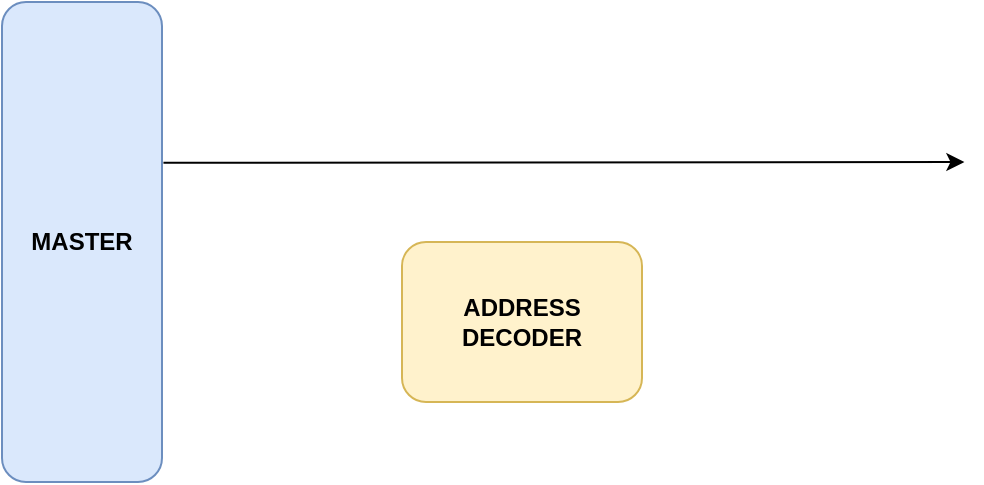
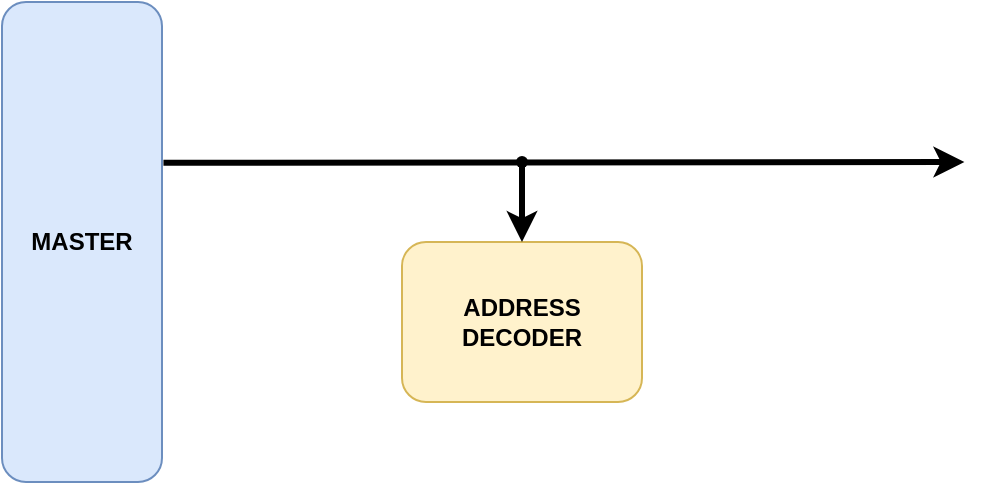
<mxfile host="app.diagrams.net" agent="Mozilla/5.0 (Windows NT 10.0; Win64; x64) AppleWebKit/537.36 (KHTML, like Gecko) Chrome/144.0.0.0 Safari/537.36 Edg/144.0.0.0" pages="4">
  <diagram id="00dOMP4ly3Yvcw6Omt_P" name="AHB Block Diagram">
-     <mxGraphModel dx="437" dy="631" grid="1" gridSize="10" guides="1" tooltips="1" connect="1" arrows="1" fold="1" page="1" pageScale="1" pageWidth="850" pageHeight="1100" math="0" shadow="0">
+     <mxGraphModel dx="637" dy="921" grid="1" gridSize="10" guides="1" tooltips="1" connect="1" arrows="1" fold="1" page="1" pageScale="1" pageWidth="850" pageHeight="1100" math="0" shadow="0">
      <root>
        <mxCell id="0" />
        <mxCell id="1" parent="0" />
        <mxCell id="WVtcaOnAu4kVJNJomXHp-1" parent="1" style="rounded=1;whiteSpace=wrap;html=1;fillColor=#dae8fc;strokeColor=#6c8ebf;" value="&lt;b&gt;MASTER&lt;/b&gt;" vertex="1">
          <mxGeometry height="240" width="80" x="80" y="160" as="geometry" />
        </mxCell>
        <mxCell id="WVtcaOnAu4kVJNJomXHp-3" parent="1" style="rounded=1;whiteSpace=wrap;html=1;fillColor=#fff2cc;strokeColor=#d6b656;" value="&lt;b&gt;ADDRESS DECODER&lt;/b&gt;" vertex="1">
          <mxGeometry height="80" width="120" x="280" y="280" as="geometry" />
        </mxCell>
-         <mxCell id="WVtcaOnAu4kVJNJomXHp-4" edge="1" parent="1" source="WVtcaOnAu4kVJNJomXHp-1" style="endArrow=classic;html=1;rounded=0;exitX=1.009;exitY=0.335;exitDx=0;exitDy=0;exitPerimeter=0;" value="">
+         <mxCell id="WVtcaOnAu4kVJNJomXHp-4" edge="1" parent="1" source="WVtcaOnAu4kVJNJomXHp-1" style="endArrow=classic;html=1;rounded=0;exitX=1.009;exitY=0.335;exitDx=0;exitDy=0;exitPerimeter=0;strokeWidth=3;" value="">
          <mxGeometry height="50" relative="1" width="50" as="geometry">
            <mxPoint x="170" y="240" as="sourcePoint" />
            <mxPoint x="561.2" y="240" as="targetPoint" />
          </mxGeometry>
+         </mxCell>
+         <mxCell id="WVtcaOnAu4kVJNJomXHp-5" edge="1" parent="1" source="WVtcaOnAu4kVJNJomXHp-6" style="endArrow=classic;html=1;rounded=0;entryX=0.5;entryY=0;entryDx=0;entryDy=0;strokeWidth=3;" target="WVtcaOnAu4kVJNJomXHp-3" value="">
+           <mxGeometry height="50" relative="1" width="50" as="geometry">
+             <mxPoint x="340" y="240" as="sourcePoint" />
+             <mxPoint x="390" y="190" as="targetPoint" />
+           </mxGeometry>
+         </mxCell>
+         <mxCell id="WVtcaOnAu4kVJNJomXHp-6" parent="1" style="shape=waypoint;sketch=0;fillStyle=solid;size=6;pointerEvents=1;points=[];fillColor=none;resizable=0;rotatable=0;perimeter=centerPerimeter;snapToPoint=1;" value="" vertex="1">
+           <mxGeometry height="20" width="20" x="330" y="230" as="geometry" />
        </mxCell>
      </root>
    </mxGraphModel>
  </diagram>
  <diagram name="AHB Interface" id="AxdGKtdG9Rmgfqjtrl1U">
    <mxGraphModel dx="2046" dy="1106" grid="1" gridSize="10" guides="1" tooltips="1" connect="1" arrows="1" fold="1" page="1" pageScale="1" pageWidth="850" pageHeight="1100" math="0" shadow="0">
      <root>
        <mxCell id="0" />
        <mxCell id="1" parent="0" />
        <mxCell id="BZ9neWvH9tw47nREzwFn-1" parent="1" style="rounded=0;whiteSpace=wrap;html=1;" value="&lt;font style=&quot;font-size: 16px;&quot;&gt;&lt;b&gt;Manager&lt;/b&gt;&lt;/font&gt;" vertex="1">
          <mxGeometry height="200" width="120" x="400" y="80" as="geometry" />
        </mxCell>
        <mxCell id="BZ9neWvH9tw47nREzwFn-2" edge="1" parent="1" style="endArrow=classic;html=1;rounded=0;" value="">
          <mxGeometry height="50" relative="1" width="50" as="geometry">
            <mxPoint x="360" y="100" as="sourcePoint" />
            <mxPoint x="400" y="100" as="targetPoint" />
          </mxGeometry>
        </mxCell>
        <mxCell id="BZ9neWvH9tw47nREzwFn-3" edge="1" parent="1" style="endArrow=classic;html=1;rounded=0;" value="">
          <mxGeometry height="50" relative="1" width="50" as="geometry">
            <mxPoint x="360" y="120" as="sourcePoint" />
            <mxPoint x="400" y="120" as="targetPoint" />
          </mxGeometry>
        </mxCell>
        <mxCell id="BZ9neWvH9tw47nREzwFn-4" parent="1" style="text;html=1;whiteSpace=wrap;strokeColor=none;fillColor=none;align=center;verticalAlign=middle;rounded=0;fontStyle=1" value="HCLK" vertex="1">
          <mxGeometry height="20" width="40" x="320" y="90" as="geometry" />
        </mxCell>
        <mxCell id="BZ9neWvH9tw47nREzwFn-5" parent="1" style="text;html=1;whiteSpace=wrap;strokeColor=none;fillColor=none;align=center;verticalAlign=middle;rounded=0;fontStyle=1" value="HRESETn" vertex="1">
          <mxGeometry height="20" width="60" x="300" y="110" as="geometry" />
        </mxCell>
        <mxCell id="BZ9neWvH9tw47nREzwFn-6" parent="1" style="text;html=1;whiteSpace=wrap;strokeColor=none;fillColor=none;align=center;verticalAlign=middle;rounded=0;fontStyle=1" value="HREADY" vertex="1">
          <mxGeometry height="20" width="60" x="300" y="150" as="geometry" />
        </mxCell>
        <mxCell id="BZ9neWvH9tw47nREzwFn-7" edge="1" parent="1" style="endArrow=classic;html=1;rounded=0;" value="">
          <mxGeometry height="50" relative="1" width="50" as="geometry">
            <mxPoint x="360" y="160" as="sourcePoint" />
            <mxPoint x="400" y="160" as="targetPoint" />
          </mxGeometry>
        </mxCell>
        <mxCell id="BZ9neWvH9tw47nREzwFn-8" edge="1" parent="1" style="endArrow=classic;html=1;rounded=0;" value="">
          <mxGeometry height="50" relative="1" width="50" as="geometry">
            <mxPoint x="360" y="180" as="sourcePoint" />
            <mxPoint x="400" y="180" as="targetPoint" />
          </mxGeometry>
        </mxCell>
        <mxCell id="BZ9neWvH9tw47nREzwFn-9" parent="1" style="text;html=1;whiteSpace=wrap;strokeColor=none;fillColor=none;align=center;verticalAlign=middle;rounded=0;fontStyle=1" value="HSELx" vertex="1">
          <mxGeometry height="20" width="60" x="310" y="430" as="geometry" />
        </mxCell>
        <mxCell id="BZ9neWvH9tw47nREzwFn-10" edge="1" parent="1" style="endArrow=classic;html=1;rounded=0;" value="">
          <mxGeometry height="50" relative="1" width="50" as="geometry">
            <mxPoint x="360" y="260" as="sourcePoint" />
            <mxPoint x="400" y="260" as="targetPoint" />
          </mxGeometry>
        </mxCell>
        <mxCell id="BZ9neWvH9tw47nREzwFn-11" parent="1" style="text;html=1;whiteSpace=wrap;strokeColor=none;fillColor=none;align=center;verticalAlign=middle;rounded=0;fontStyle=1" value="HRDATA[31:0]" vertex="1">
          <mxGeometry height="20" width="90" x="270" y="250" as="geometry" />
        </mxCell>
        <mxCell id="BZ9neWvH9tw47nREzwFn-12" edge="1" parent="1" style="endArrow=classic;html=1;rounded=0;" value="">
          <mxGeometry height="50" relative="1" width="50" as="geometry">
            <mxPoint x="520" y="99.83" as="sourcePoint" />
            <mxPoint x="560" y="99.83" as="targetPoint" />
          </mxGeometry>
        </mxCell>
        <mxCell id="BZ9neWvH9tw47nREzwFn-13" edge="1" parent="1" style="endArrow=classic;html=1;rounded=0;" value="">
          <mxGeometry height="50" relative="1" width="50" as="geometry">
            <mxPoint x="520" y="119.83" as="sourcePoint" />
            <mxPoint x="560" y="119.83" as="targetPoint" />
          </mxGeometry>
        </mxCell>
        <mxCell id="BZ9neWvH9tw47nREzwFn-14" edge="1" parent="1" style="endArrow=classic;html=1;rounded=0;" value="">
          <mxGeometry height="50" relative="1" width="50" as="geometry">
            <mxPoint x="520" y="159.83" as="sourcePoint" />
            <mxPoint x="560" y="159.83" as="targetPoint" />
          </mxGeometry>
        </mxCell>
        <mxCell id="BZ9neWvH9tw47nREzwFn-15" edge="1" parent="1" style="endArrow=classic;html=1;rounded=0;" value="">
          <mxGeometry height="50" relative="1" width="50" as="geometry">
            <mxPoint x="520" y="140" as="sourcePoint" />
            <mxPoint x="560" y="140" as="targetPoint" />
          </mxGeometry>
        </mxCell>
        <mxCell id="BZ9neWvH9tw47nREzwFn-16" edge="1" parent="1" style="endArrow=classic;html=1;rounded=0;" value="">
          <mxGeometry height="50" relative="1" width="50" as="geometry">
            <mxPoint x="520" y="179.83" as="sourcePoint" />
            <mxPoint x="560" y="179.83" as="targetPoint" />
          </mxGeometry>
        </mxCell>
        <mxCell id="BZ9neWvH9tw47nREzwFn-17" edge="1" parent="1" style="endArrow=classic;html=1;rounded=0;" value="">
          <mxGeometry height="50" relative="1" width="50" as="geometry">
            <mxPoint x="520" y="200" as="sourcePoint" />
            <mxPoint x="560" y="200" as="targetPoint" />
          </mxGeometry>
        </mxCell>
        <mxCell id="BZ9neWvH9tw47nREzwFn-18" parent="1" style="text;html=1;whiteSpace=wrap;strokeColor=none;fillColor=none;align=center;verticalAlign=middle;rounded=0;fontStyle=1" value="HADDR[31:0]" vertex="1">
          <mxGeometry height="20" width="80" x="560" y="90" as="geometry" />
        </mxCell>
        <mxCell id="BZ9neWvH9tw47nREzwFn-19" parent="1" style="text;html=1;whiteSpace=wrap;strokeColor=none;fillColor=none;align=center;verticalAlign=middle;rounded=0;fontStyle=1" value="HWRITE" vertex="1">
          <mxGeometry height="20" width="60" x="560" y="110" as="geometry" />
        </mxCell>
        <mxCell id="BZ9neWvH9tw47nREzwFn-20" parent="1" style="text;html=1;whiteSpace=wrap;strokeColor=none;fillColor=none;align=center;verticalAlign=middle;rounded=0;fontStyle=1" value="HSIZE[2:0]" vertex="1">
          <mxGeometry height="20" width="70" x="560" y="130" as="geometry" />
        </mxCell>
        <mxCell id="BZ9neWvH9tw47nREzwFn-21" parent="1" style="text;html=1;whiteSpace=wrap;strokeColor=none;fillColor=none;align=center;verticalAlign=middle;rounded=0;fontStyle=1" value="HBURST[2:0]" vertex="1">
          <mxGeometry height="20" width="80" x="560" y="150" as="geometry" />
        </mxCell>
        <mxCell id="BZ9neWvH9tw47nREzwFn-22" parent="1" style="text;html=1;whiteSpace=wrap;strokeColor=none;fillColor=none;align=center;verticalAlign=middle;rounded=0;fontStyle=1" value="HPROT[3:0]" vertex="1">
          <mxGeometry height="20" width="80" x="560" y="170" as="geometry" />
        </mxCell>
        <mxCell id="BZ9neWvH9tw47nREzwFn-23" parent="1" style="text;html=1;whiteSpace=wrap;strokeColor=none;fillColor=none;align=center;verticalAlign=middle;rounded=0;fontStyle=1" value="HTRANS[1:0]" vertex="1">
          <mxGeometry height="20" width="80" x="560" y="190" as="geometry" />
        </mxCell>
        <mxCell id="BZ9neWvH9tw47nREzwFn-24" edge="1" parent="1" style="endArrow=classic;html=1;rounded=0;" value="">
          <mxGeometry height="50" relative="1" width="50" as="geometry">
            <mxPoint x="520" y="220" as="sourcePoint" />
            <mxPoint x="560" y="220" as="targetPoint" />
          </mxGeometry>
        </mxCell>
        <mxCell id="BZ9neWvH9tw47nREzwFn-25" parent="1" style="text;html=1;whiteSpace=wrap;strokeColor=none;fillColor=none;align=center;verticalAlign=middle;rounded=0;fontStyle=1" value="HMASTLOCK" vertex="1">
          <mxGeometry height="20" width="80" x="560" y="210" as="geometry" />
        </mxCell>
        <mxCell id="BZ9neWvH9tw47nREzwFn-26" edge="1" parent="1" style="endArrow=classic;html=1;rounded=0;" value="">
          <mxGeometry height="50" relative="1" width="50" as="geometry">
            <mxPoint x="520" y="259.8" as="sourcePoint" />
            <mxPoint x="560" y="259.8" as="targetPoint" />
          </mxGeometry>
        </mxCell>
        <mxCell id="BZ9neWvH9tw47nREzwFn-30" parent="1" style="text;html=1;whiteSpace=wrap;strokeColor=none;fillColor=none;align=center;verticalAlign=middle;rounded=0;fontStyle=1" value="HWDATA[31:0]" vertex="1">
          <mxGeometry height="20" width="95" x="555" y="250" as="geometry" />
        </mxCell>
        <mxCell id="BZ9neWvH9tw47nREzwFn-31" parent="1" style="rounded=0;whiteSpace=wrap;html=1;" value="&lt;font style=&quot;font-size: 16px;&quot;&gt;&lt;b&gt;Slave&lt;/b&gt;&lt;/font&gt;" vertex="1">
          <mxGeometry height="320" width="120" x="400" y="360" as="geometry" />
        </mxCell>
        <mxCell id="BZ9neWvH9tw47nREzwFn-32" edge="1" parent="1" style="endArrow=classic;html=1;rounded=0;" value="">
          <mxGeometry height="50" relative="1" width="50" as="geometry">
            <mxPoint x="360" y="489.83" as="sourcePoint" />
            <mxPoint x="400" y="489.83" as="targetPoint" />
          </mxGeometry>
        </mxCell>
        <mxCell id="BZ9neWvH9tw47nREzwFn-33" edge="1" parent="1" style="endArrow=classic;html=1;rounded=0;" value="">
          <mxGeometry height="50" relative="1" width="50" as="geometry">
            <mxPoint x="360" y="509.83" as="sourcePoint" />
            <mxPoint x="400" y="509.83" as="targetPoint" />
          </mxGeometry>
        </mxCell>
        <mxCell id="BZ9neWvH9tw47nREzwFn-34" edge="1" parent="1" style="endArrow=classic;html=1;rounded=0;" value="">
          <mxGeometry height="50" relative="1" width="50" as="geometry">
            <mxPoint x="360" y="549.83" as="sourcePoint" />
            <mxPoint x="400" y="549.83" as="targetPoint" />
          </mxGeometry>
        </mxCell>
        <mxCell id="BZ9neWvH9tw47nREzwFn-35" edge="1" parent="1" style="endArrow=classic;html=1;rounded=0;" value="">
          <mxGeometry height="50" relative="1" width="50" as="geometry">
            <mxPoint x="360" y="530" as="sourcePoint" />
            <mxPoint x="400" y="530" as="targetPoint" />
          </mxGeometry>
        </mxCell>
        <mxCell id="BZ9neWvH9tw47nREzwFn-36" edge="1" parent="1" style="endArrow=classic;html=1;rounded=0;" value="">
          <mxGeometry height="50" relative="1" width="50" as="geometry">
            <mxPoint x="360" y="569.83" as="sourcePoint" />
            <mxPoint x="400" y="569.83" as="targetPoint" />
          </mxGeometry>
        </mxCell>
        <mxCell id="BZ9neWvH9tw47nREzwFn-37" edge="1" parent="1" style="endArrow=classic;html=1;rounded=0;" value="">
          <mxGeometry height="50" relative="1" width="50" as="geometry">
            <mxPoint x="360" y="590" as="sourcePoint" />
            <mxPoint x="400" y="590" as="targetPoint" />
          </mxGeometry>
        </mxCell>
        <mxCell id="BZ9neWvH9tw47nREzwFn-38" parent="1" style="text;html=1;whiteSpace=wrap;strokeColor=none;fillColor=none;align=center;verticalAlign=middle;rounded=0;fontStyle=1" value="HADDR[31:0]" vertex="1">
          <mxGeometry height="20" width="80" x="275" y="480" as="geometry" />
        </mxCell>
        <mxCell id="BZ9neWvH9tw47nREzwFn-39" parent="1" style="text;html=1;whiteSpace=wrap;strokeColor=none;fillColor=none;align=center;verticalAlign=middle;rounded=0;fontStyle=1" value="HWRITE" vertex="1">
          <mxGeometry height="20" width="60" x="275" y="500" as="geometry" />
        </mxCell>
        <mxCell id="BZ9neWvH9tw47nREzwFn-40" parent="1" style="text;html=1;whiteSpace=wrap;strokeColor=none;fillColor=none;align=center;verticalAlign=middle;rounded=0;fontStyle=1" value="HSIZE[2:0]" vertex="1">
          <mxGeometry height="20" width="70" x="275" y="520" as="geometry" />
        </mxCell>
        <mxCell id="BZ9neWvH9tw47nREzwFn-41" parent="1" style="text;html=1;whiteSpace=wrap;strokeColor=none;fillColor=none;align=center;verticalAlign=middle;rounded=0;fontStyle=1" value="HBURST[2:0]" vertex="1">
          <mxGeometry height="20" width="80" x="275" y="540" as="geometry" />
        </mxCell>
        <mxCell id="BZ9neWvH9tw47nREzwFn-42" parent="1" style="text;html=1;whiteSpace=wrap;strokeColor=none;fillColor=none;align=center;verticalAlign=middle;rounded=0;fontStyle=1" value="HPROT[3:0]" vertex="1">
          <mxGeometry height="20" width="80" x="275" y="560" as="geometry" />
        </mxCell>
        <mxCell id="BZ9neWvH9tw47nREzwFn-43" parent="1" style="text;html=1;whiteSpace=wrap;strokeColor=none;fillColor=none;align=center;verticalAlign=middle;rounded=0;fontStyle=1" value="HTRANS[1:0]" vertex="1">
          <mxGeometry height="20" width="80" x="275" y="580" as="geometry" />
        </mxCell>
        <mxCell id="BZ9neWvH9tw47nREzwFn-44" edge="1" parent="1" style="endArrow=classic;html=1;rounded=0;" value="">
          <mxGeometry height="50" relative="1" width="50" as="geometry">
            <mxPoint x="360" y="610" as="sourcePoint" />
            <mxPoint x="400" y="610" as="targetPoint" />
          </mxGeometry>
        </mxCell>
        <mxCell id="BZ9neWvH9tw47nREzwFn-45" parent="1" style="text;html=1;whiteSpace=wrap;strokeColor=none;fillColor=none;align=center;verticalAlign=middle;rounded=0;fontStyle=1" value="HMASTLOCK" vertex="1">
          <mxGeometry height="20" width="80" x="275" y="600" as="geometry" />
        </mxCell>
        <mxCell id="BZ9neWvH9tw47nREzwFn-46" edge="1" parent="1" style="endArrow=classic;html=1;rounded=0;" value="">
          <mxGeometry height="50" relative="1" width="50" as="geometry">
            <mxPoint x="360" y="649.8" as="sourcePoint" />
            <mxPoint x="400" y="649.8" as="targetPoint" />
          </mxGeometry>
        </mxCell>
        <mxCell id="BZ9neWvH9tw47nREzwFn-47" parent="1" style="text;html=1;whiteSpace=wrap;strokeColor=none;fillColor=none;align=center;verticalAlign=middle;rounded=0;fontStyle=1" value="HWDATA[31:0]" vertex="1">
          <mxGeometry height="20" width="95" x="270" y="640" as="geometry" />
        </mxCell>
        <mxCell id="BZ9neWvH9tw47nREzwFn-49" edge="1" parent="1" style="endArrow=classic;html=1;rounded=0;" value="">
          <mxGeometry height="50" relative="1" width="50" as="geometry">
            <mxPoint x="360" y="380" as="sourcePoint" />
            <mxPoint x="400" y="380" as="targetPoint" />
          </mxGeometry>
        </mxCell>
        <mxCell id="BZ9neWvH9tw47nREzwFn-50" edge="1" parent="1" style="endArrow=classic;html=1;rounded=0;" value="">
          <mxGeometry height="50" relative="1" width="50" as="geometry">
            <mxPoint x="360" y="400" as="sourcePoint" />
            <mxPoint x="400" y="400" as="targetPoint" />
          </mxGeometry>
        </mxCell>
        <mxCell id="BZ9neWvH9tw47nREzwFn-51" edge="1" parent="1" style="endArrow=classic;html=1;rounded=0;" value="">
          <mxGeometry height="50" relative="1" width="50" as="geometry">
            <mxPoint x="360" y="440" as="sourcePoint" />
            <mxPoint x="400" y="440" as="targetPoint" />
          </mxGeometry>
        </mxCell>
        <mxCell id="BZ9neWvH9tw47nREzwFn-52" parent="1" style="text;html=1;whiteSpace=wrap;strokeColor=none;fillColor=none;align=center;verticalAlign=middle;rounded=0;fontStyle=1" value="HCLK" vertex="1">
          <mxGeometry height="20" width="40" x="320" y="370" as="geometry" />
        </mxCell>
        <mxCell id="BZ9neWvH9tw47nREzwFn-53" parent="1" style="text;html=1;whiteSpace=wrap;strokeColor=none;fillColor=none;align=center;verticalAlign=middle;rounded=0;fontStyle=1" value="HRESETn" vertex="1">
          <mxGeometry height="20" width="60" x="300" y="390" as="geometry" />
        </mxCell>
        <mxCell id="BZ9neWvH9tw47nREzwFn-54" parent="1" style="shape=curlyBracket;whiteSpace=wrap;html=1;rounded=1;labelPosition=left;verticalLabelPosition=middle;align=right;verticalAlign=middle;" value="" vertex="1">
          <mxGeometry height="35" width="20" x="230" y="90" as="geometry" />
        </mxCell>
        <mxCell id="BZ9neWvH9tw47nREzwFn-55" parent="1" style="text;html=1;whiteSpace=wrap;strokeColor=none;fillColor=none;align=center;verticalAlign=middle;rounded=0;fontStyle=1" value="HRESP" vertex="1">
          <mxGeometry height="20" width="60" x="300" y="170" as="geometry" />
        </mxCell>
        <mxCell id="BZ9neWvH9tw47nREzwFn-56" parent="1" style="shape=curlyBracket;whiteSpace=wrap;html=1;rounded=1;labelPosition=left;verticalLabelPosition=middle;align=right;verticalAlign=middle;" value="" vertex="1">
          <mxGeometry height="140" width="20" x="230" y="480" as="geometry" />
        </mxCell>
        <mxCell id="BZ9neWvH9tw47nREzwFn-57" parent="1" style="shape=curlyBracket;whiteSpace=wrap;html=1;rounded=1;labelPosition=left;verticalLabelPosition=middle;align=right;verticalAlign=middle;rotation=-180;" value="" vertex="1">
          <mxGeometry height="135" width="20" x="650" y="90" as="geometry" />
        </mxCell>
        <mxCell id="BZ9neWvH9tw47nREzwFn-58" parent="1" style="text;html=1;whiteSpace=wrap;strokeColor=none;fillColor=none;align=center;verticalAlign=middle;rounded=0;fontStyle=1" value="&lt;span style=&quot;font-weight: normal;&quot;&gt;Global signals&lt;/span&gt;" vertex="1">
          <mxGeometry height="20" width="90" x="140" y="97.5" as="geometry" />
        </mxCell>
        <mxCell id="BZ9neWvH9tw47nREzwFn-59" parent="1" style="text;html=1;whiteSpace=wrap;strokeColor=none;fillColor=none;align=center;verticalAlign=middle;rounded=0;fontStyle=1" value="&lt;span style=&quot;font-weight: normal;&quot;&gt;Transfer response&lt;/span&gt;" vertex="1">
          <mxGeometry height="20" width="60" x="170" y="157.5" as="geometry" />
        </mxCell>
        <mxCell id="BZ9neWvH9tw47nREzwFn-60" parent="1" style="text;html=1;whiteSpace=wrap;strokeColor=none;fillColor=none;align=center;verticalAlign=middle;rounded=0;fontStyle=1" value="&lt;span style=&quot;font-weight: normal;&quot;&gt;Data&lt;/span&gt;" vertex="1">
          <mxGeometry height="20" width="60" x="170" y="250" as="geometry" />
        </mxCell>
        <mxCell id="BZ9neWvH9tw47nREzwFn-61" parent="1" style="text;html=1;whiteSpace=wrap;strokeColor=none;fillColor=none;align=center;verticalAlign=middle;rounded=0;fontStyle=1" value="&lt;span style=&quot;font-weight: normal;&quot;&gt;Address and control signals&lt;/span&gt;" vertex="1">
          <mxGeometry height="37.5" width="90" x="670" y="140" as="geometry" />
        </mxCell>
        <mxCell id="BZ9neWvH9tw47nREzwFn-62" parent="1" style="shape=curlyBracket;whiteSpace=wrap;html=1;rounded=1;labelPosition=left;verticalLabelPosition=middle;align=right;verticalAlign=middle;" value="" vertex="1">
          <mxGeometry height="35" width="20" x="230" y="150" as="geometry" />
        </mxCell>
        <mxCell id="BZ9neWvH9tw47nREzwFn-63" parent="1" style="text;html=1;whiteSpace=wrap;strokeColor=none;fillColor=none;align=center;verticalAlign=middle;rounded=0;fontStyle=1" value="&lt;span style=&quot;font-weight: normal;&quot;&gt;Address and control signals&lt;/span&gt;" vertex="1">
          <mxGeometry height="37.5" width="90" x="140" y="531" as="geometry" />
        </mxCell>
        <mxCell id="BZ9neWvH9tw47nREzwFn-64" parent="1" style="shape=curlyBracket;whiteSpace=wrap;html=1;rounded=1;labelPosition=left;verticalLabelPosition=middle;align=right;verticalAlign=middle;" value="" vertex="1">
          <mxGeometry height="35" width="20" x="230" y="375" as="geometry" />
        </mxCell>
        <mxCell id="BZ9neWvH9tw47nREzwFn-65" parent="1" style="text;html=1;whiteSpace=wrap;strokeColor=none;fillColor=none;align=center;verticalAlign=middle;rounded=0;fontStyle=1" value="&lt;span style=&quot;font-weight: normal;&quot;&gt;Global signals&lt;/span&gt;" vertex="1">
          <mxGeometry height="20" width="90" x="140" y="382.5" as="geometry" />
        </mxCell>
        <mxCell id="BZ9neWvH9tw47nREzwFn-66" parent="1" style="text;html=1;whiteSpace=wrap;strokeColor=none;fillColor=none;align=center;verticalAlign=middle;rounded=0;fontStyle=1" value="&lt;span style=&quot;font-weight: normal;&quot;&gt;Data&lt;/span&gt;" vertex="1">
          <mxGeometry height="20" width="60" x="670" y="250" as="geometry" />
        </mxCell>
        <mxCell id="BZ9neWvH9tw47nREzwFn-67" edge="1" parent="1" style="endArrow=classic;html=1;rounded=0;" value="">
          <mxGeometry height="50" relative="1" width="50" as="geometry">
            <mxPoint x="520" y="490" as="sourcePoint" />
            <mxPoint x="560" y="490" as="targetPoint" />
          </mxGeometry>
        </mxCell>
        <mxCell id="BZ9neWvH9tw47nREzwFn-68" edge="1" parent="1" style="endArrow=classic;html=1;rounded=0;" value="">
          <mxGeometry height="50" relative="1" width="50" as="geometry">
            <mxPoint x="520" y="510" as="sourcePoint" />
            <mxPoint x="560" y="510" as="targetPoint" />
          </mxGeometry>
        </mxCell>
        <mxCell id="BZ9neWvH9tw47nREzwFn-69" parent="1" style="text;html=1;whiteSpace=wrap;strokeColor=none;fillColor=none;align=center;verticalAlign=middle;rounded=0;fontStyle=1" value="HREADY" vertex="1">
          <mxGeometry height="20" width="60" x="560" y="480" as="geometry" />
        </mxCell>
        <mxCell id="BZ9neWvH9tw47nREzwFn-70" parent="1" style="text;html=1;whiteSpace=wrap;strokeColor=none;fillColor=none;align=center;verticalAlign=middle;rounded=0;fontStyle=1" value="HRESP" vertex="1">
          <mxGeometry height="20" width="60" x="560" y="500" as="geometry" />
        </mxCell>
        <mxCell id="BZ9neWvH9tw47nREzwFn-71" edge="1" parent="1" style="endArrow=classic;html=1;rounded=0;" value="">
          <mxGeometry height="50" relative="1" width="50" as="geometry">
            <mxPoint x="520" y="649.6600000000001" as="sourcePoint" />
            <mxPoint x="560" y="649.6600000000001" as="targetPoint" />
          </mxGeometry>
        </mxCell>
        <mxCell id="BZ9neWvH9tw47nREzwFn-72" parent="1" style="text;html=1;whiteSpace=wrap;strokeColor=none;fillColor=none;align=center;verticalAlign=middle;rounded=0;fontStyle=1" value="HRDATA[31:0]" vertex="1">
          <mxGeometry height="20" width="90" x="560" y="640" as="geometry" />
        </mxCell>
        <mxCell id="BZ9neWvH9tw47nREzwFn-73" parent="1" style="text;html=1;whiteSpace=wrap;strokeColor=none;fillColor=none;align=center;verticalAlign=middle;rounded=0;fontStyle=1" value="&lt;span style=&quot;font-weight: normal;&quot;&gt;Data&lt;/span&gt;" vertex="1">
          <mxGeometry height="20" width="60" x="155" y="640" as="geometry" />
        </mxCell>
        <mxCell id="BZ9neWvH9tw47nREzwFn-74" parent="1" style="text;html=1;whiteSpace=wrap;strokeColor=none;fillColor=none;align=center;verticalAlign=middle;rounded=0;fontStyle=1" value="&lt;span style=&quot;font-weight: normal;&quot;&gt;Data&lt;/span&gt;" vertex="1">
          <mxGeometry height="20" width="50" x="675" y="640" as="geometry" />
        </mxCell>
        <mxCell id="BZ9neWvH9tw47nREzwFn-75" parent="1" style="text;html=1;whiteSpace=wrap;strokeColor=none;fillColor=none;align=center;verticalAlign=middle;rounded=0;fontStyle=1" value="&lt;span style=&quot;font-weight: normal;&quot;&gt;Transfer response&lt;/span&gt;" vertex="1">
          <mxGeometry height="20" width="60" x="670" y="487.5" as="geometry" />
        </mxCell>
        <mxCell id="BZ9neWvH9tw47nREzwFn-76" parent="1" style="shape=curlyBracket;whiteSpace=wrap;html=1;rounded=1;labelPosition=left;verticalLabelPosition=middle;align=right;verticalAlign=middle;rotation=-180;" value="" vertex="1">
          <mxGeometry height="35" width="20" x="640" y="480" as="geometry" />
        </mxCell>
        <mxCell id="BZ9neWvH9tw47nREzwFn-77" parent="1" style="text;html=1;whiteSpace=wrap;strokeColor=none;fillColor=none;align=center;verticalAlign=middle;rounded=0;fontStyle=1" value="&lt;span style=&quot;font-weight: normal;&quot;&gt;Select signal&lt;/span&gt;" vertex="1">
          <mxGeometry height="20" width="90" x="140" y="430" as="geometry" />
        </mxCell>
      </root>
    </mxGraphModel>
  </diagram>
  <diagram id="Hd4ECfvz_bm4RMetZK8C" name="Master Interface">
    <mxGraphModel dx="764" dy="1105" grid="1" gridSize="10" guides="1" tooltips="1" connect="1" arrows="1" fold="1" page="1" pageScale="1" pageWidth="850" pageHeight="1100" math="0" shadow="0">
      <root>
        <mxCell id="0" />
        <mxCell id="1" parent="0" />
      </root>
    </mxGraphModel>
  </diagram>
  <diagram id="AYzUWjTrgIps4r00h7mQ" name="Master FSM">
    <mxGraphModel dx="437" dy="631" grid="1" gridSize="10" guides="1" tooltips="1" connect="1" arrows="1" fold="1" page="1" pageScale="1" pageWidth="850" pageHeight="1100" math="0" shadow="0">
      <root>
        <mxCell id="0" />
        <mxCell id="1" parent="0" />
        <mxCell id="gUlQ52oibdo8bB1fHUDe-6" edge="1" parent="1" source="gUlQ52oibdo8bB1fHUDe-1" style="edgeStyle=orthogonalEdgeStyle;rounded=0;orthogonalLoop=1;jettySize=auto;html=1;exitX=1;exitY=0.5;exitDx=0;exitDy=0;entryX=0;entryY=0.5;entryDx=0;entryDy=0;" target="gUlQ52oibdo8bB1fHUDe-2">
          <mxGeometry relative="1" as="geometry" />
        </mxCell>
        <mxCell id="gUlQ52oibdo8bB1fHUDe-8" edge="1" parent="1" source="gUlQ52oibdo8bB1fHUDe-1" style="edgeStyle=orthogonalEdgeStyle;rounded=0;orthogonalLoop=1;jettySize=auto;html=1;entryX=0.5;entryY=0;entryDx=0;entryDy=0;" target="gUlQ52oibdo8bB1fHUDe-5">
          <mxGeometry relative="1" as="geometry" />
        </mxCell>
        <mxCell id="gUlQ52oibdo8bB1fHUDe-1" parent="1" style="ellipse;whiteSpace=wrap;html=1;" value="IDLE" vertex="1">
          <mxGeometry height="80" width="120" x="200" y="200" as="geometry" />
        </mxCell>
        <mxCell id="gUlQ52oibdo8bB1fHUDe-7" edge="1" parent="1" source="gUlQ52oibdo8bB1fHUDe-2" style="edgeStyle=orthogonalEdgeStyle;rounded=0;orthogonalLoop=1;jettySize=auto;html=1;entryX=0.5;entryY=0;entryDx=0;entryDy=0;" target="gUlQ52oibdo8bB1fHUDe-3">
          <mxGeometry relative="1" as="geometry" />
        </mxCell>
        <mxCell id="gUlQ52oibdo8bB1fHUDe-2" parent="1" style="ellipse;whiteSpace=wrap;html=1;" value="WR_ADDR_PHASE" vertex="1">
          <mxGeometry height="80" width="120" x="440" y="200" as="geometry" />
        </mxCell>
        <mxCell id="gUlQ52oibdo8bB1fHUDe-10" edge="1" parent="1" source="gUlQ52oibdo8bB1fHUDe-3" style="edgeStyle=orthogonalEdgeStyle;rounded=0;orthogonalLoop=1;jettySize=auto;html=1;entryX=0.5;entryY=0;entryDx=0;entryDy=0;" target="gUlQ52oibdo8bB1fHUDe-9">
          <mxGeometry relative="1" as="geometry" />
        </mxCell>
        <mxCell id="8WBKzOnGMAMBHIHuB8Qa-4" edge="1" parent="1" source="gUlQ52oibdo8bB1fHUDe-3" style="edgeStyle=orthogonalEdgeStyle;rounded=0;orthogonalLoop=1;jettySize=auto;html=1;entryX=1;entryY=0.5;entryDx=0;entryDy=0;" target="gUlQ52oibdo8bB1fHUDe-5">
          <mxGeometry relative="1" as="geometry" />
        </mxCell>
        <mxCell id="gUlQ52oibdo8bB1fHUDe-3" parent="1" style="ellipse;whiteSpace=wrap;html=1;" value="WR_DATA_PHASE" vertex="1">
          <mxGeometry height="80" width="120" x="440" y="360" as="geometry" />
        </mxCell>
        <mxCell id="gUlQ52oibdo8bB1fHUDe-11" edge="1" parent="1" source="gUlQ52oibdo8bB1fHUDe-4" style="edgeStyle=orthogonalEdgeStyle;rounded=0;orthogonalLoop=1;jettySize=auto;html=1;entryX=0;entryY=0.5;entryDx=0;entryDy=0;" target="gUlQ52oibdo8bB1fHUDe-9">
          <mxGeometry relative="1" as="geometry" />
        </mxCell>
        <mxCell id="8WBKzOnGMAMBHIHuB8Qa-6" edge="1" parent="1" source="gUlQ52oibdo8bB1fHUDe-4" style="edgeStyle=orthogonalEdgeStyle;rounded=0;orthogonalLoop=1;jettySize=auto;html=1;exitX=0;exitY=0.5;exitDx=0;exitDy=0;entryX=0;entryY=0.5;entryDx=0;entryDy=0;" target="gUlQ52oibdo8bB1fHUDe-1">
          <mxGeometry relative="1" as="geometry">
            <Array as="points">
              <mxPoint x="160.03" y="560.03" />
              <mxPoint x="160.03" y="240.03" />
            </Array>
          </mxGeometry>
        </mxCell>
        <mxCell id="gUlQ52oibdo8bB1fHUDe-4" parent="1" style="ellipse;whiteSpace=wrap;html=1;" value="RD_DATA_PHASE" vertex="1">
          <mxGeometry height="80" width="120" x="200" y="520" as="geometry" />
        </mxCell>
        <mxCell id="8WBKzOnGMAMBHIHuB8Qa-3" edge="1" parent="1" source="gUlQ52oibdo8bB1fHUDe-5" style="edgeStyle=orthogonalEdgeStyle;rounded=0;orthogonalLoop=1;jettySize=auto;html=1;" target="gUlQ52oibdo8bB1fHUDe-4" value="">
          <mxGeometry relative="1" as="geometry" />
        </mxCell>
        <mxCell id="gUlQ52oibdo8bB1fHUDe-5" parent="1" style="ellipse;whiteSpace=wrap;html=1;" value="RD_ADDR_PHASE" vertex="1">
          <mxGeometry height="80" width="120" x="200" y="360" as="geometry" />
        </mxCell>
        <mxCell id="gUlQ52oibdo8bB1fHUDe-9" parent="1" style="ellipse;whiteSpace=wrap;html=1;" value="WAIT_STATE" vertex="1">
          <mxGeometry height="80" width="120" x="440" y="520" as="geometry" />
        </mxCell>
        <mxCell id="8WBKzOnGMAMBHIHuB8Qa-1" edge="1" parent="1" source="gUlQ52oibdo8bB1fHUDe-5" style="endArrow=classic;html=1;rounded=0;entryX=0;entryY=0;entryDx=0;entryDy=0;exitX=1;exitY=1;exitDx=0;exitDy=0;" target="gUlQ52oibdo8bB1fHUDe-9" value="">
          <mxGeometry height="50" relative="1" width="50" as="geometry">
            <mxPoint x="350" y="490" as="sourcePoint" />
            <mxPoint x="400" y="440" as="targetPoint" />
          </mxGeometry>
        </mxCell>
        <mxCell id="8WBKzOnGMAMBHIHuB8Qa-5" edge="1" parent="1" source="gUlQ52oibdo8bB1fHUDe-3" style="endArrow=classic;html=1;rounded=0;exitX=0;exitY=0;exitDx=0;exitDy=0;entryX=1;entryY=1;entryDx=0;entryDy=0;" target="gUlQ52oibdo8bB1fHUDe-1" value="">
          <mxGeometry height="50" relative="1" width="50" as="geometry">
            <mxPoint x="370" y="340" as="sourcePoint" />
            <mxPoint x="420" y="290" as="targetPoint" />
          </mxGeometry>
        </mxCell>
      </root>
    </mxGraphModel>
  </diagram>
</mxfile>
